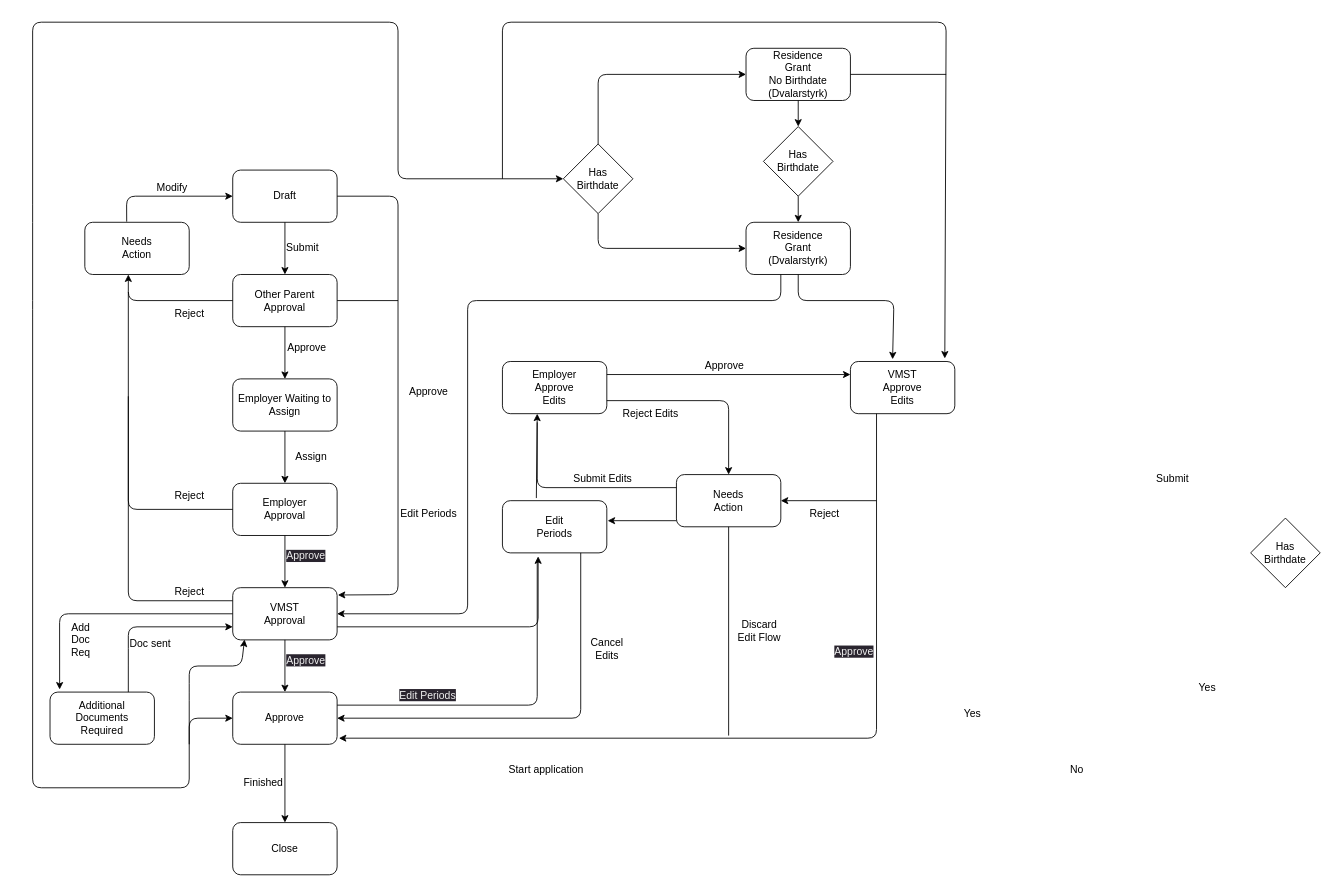
island-is/island.is keeps this draw.io diagram as libs/application/templates/parental-leave/assets/parental-leave-flow-chart.drawio. Above is the earlier version. Source tidied: cells renumbered, new cells numbered last; positions are measured from the earlier drawing's top-left corner, leaving out a move shared by most shapes. Both pictures are drawn from the tidied source at 87%, with x=0, y=0 at pixel (32, 22).
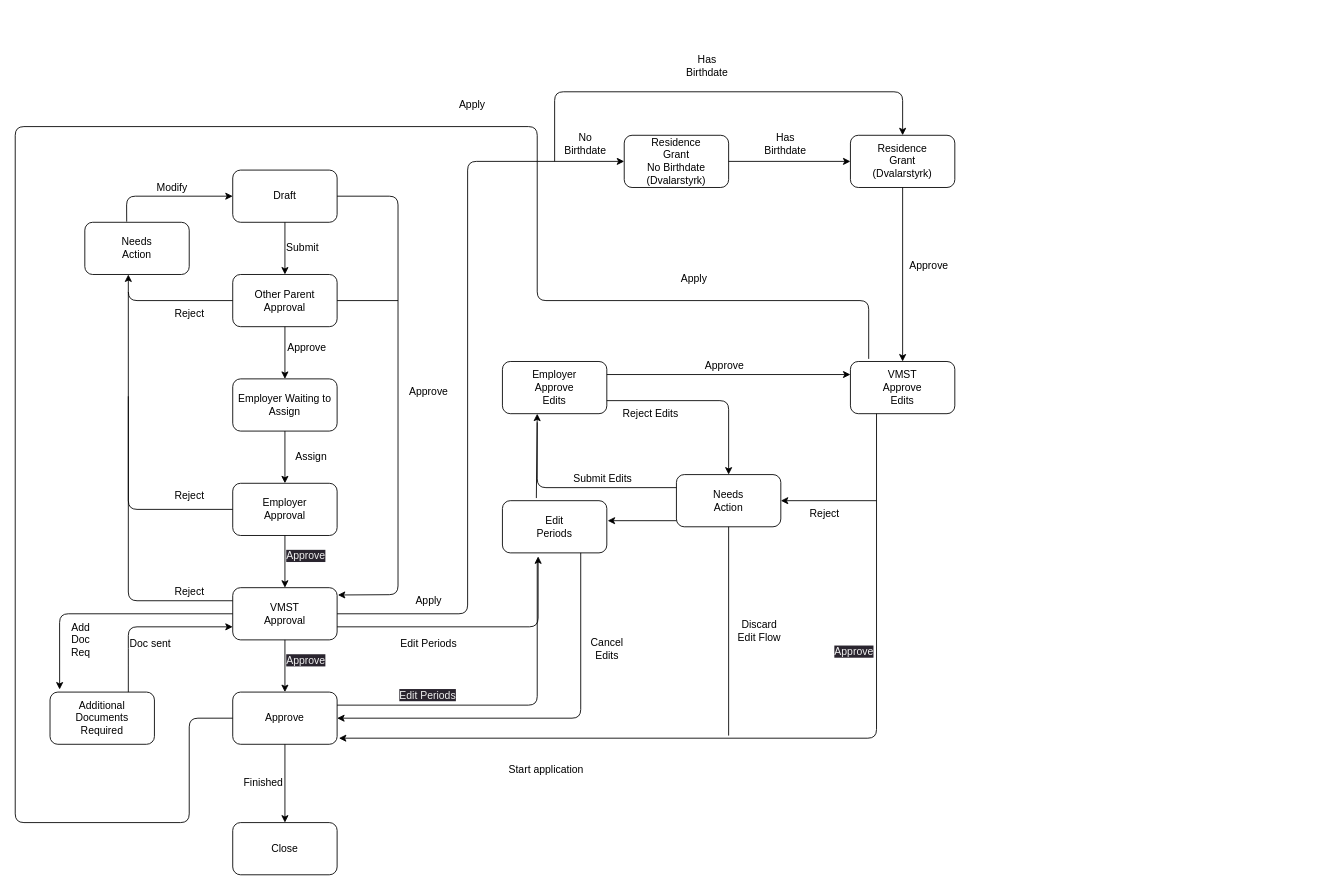
Above is the later version.

Commit message:
fix(parental-leave): update state diagram

The change refers to these unchanged cells:
```xml
<mxCell id="6" value="VMST&lt;br&gt;Approval" style="rounded=1;whiteSpace=wrap;html=1;" parent="1" vertex="1">
  <mxGeometry x="230" y="650" width="120" height="60" as="geometry" />
</mxCell>
<mxCell id="7" value="Approve" style="rounded=1;whiteSpace=wrap;html=1;" parent="1" vertex="1">
  <mxGeometry x="230" y="770" width="120" height="60" as="geometry" />
</mxCell>
<mxCell id="13" value="VMST&lt;br&gt;Approve&lt;br&gt;Edits" style="rounded=1;whiteSpace=wrap;html=1;" parent="1" vertex="1">
  <mxGeometry x="940" y="390" width="120" height="60" as="geometry" />
</mxCell>
```

What changed in the source:
```diff
@@
     <mxCell id="15" value="Residence&lt;br&gt;Grant&lt;br&gt;(Dvalarstyrk)" style="rounded=1;whiteSpace=wrap;html=1;" parent="1" vertex="1">
-      <mxGeometry x="820" y="230" width="120" height="60" as="geometry" />
+      <mxGeometry x="940" y="130" width="120" height="60" as="geometry" />
     </mxCell>
@@
     <mxCell id="51" value="Edit Periods" style="text;html=1;align=center;verticalAlign=middle;strokeColor=none;fillColor=none;" parent="1" vertex="1">
-      <mxGeometry x="410" y="550" width="90" height="30" as="geometry" />
+      <mxGeometry x="410" y="700" width="90" height="30" as="geometry" />
     </mxCell>
@@
-    <mxCell id="63" value="Submit" style="text;html=1;align=center;verticalAlign=middle;strokeColor=none;fillColor=none;" parent="1" vertex="1">
-      <mxGeometry x="1280" y="510" width="60" height="30" as="geometry" />
-    </mxCell>
@@
-    <mxCell id="65" value="Has&lt;br&gt;Birthdate" style="rhombus;whiteSpace=wrap;html=1;" parent="1" vertex="1">
-      <mxGeometry x="610" y="140" width="80" height="80" as="geometry" />
-    </mxCell>
-    <mxCell id="66" value="Yes" style="text;html=1;align=center;verticalAlign=middle;strokeColor=none;fillColor=none;" parent="1" vertex="1">
-      <mxGeometry x="1060" y="780" width="40" height="30" as="geometry" />
-    </mxCell>
     <mxCell id="67" value="Residence&lt;br&gt;Grant&lt;br&gt;No Birthdate&lt;br&gt;(Dvalarstyrk)" style="rounded=1;whiteSpace=wrap;html=1;" parent="1" vertex="1">
-      <mxGeometry x="820" y="30" width="120" height="60" as="geometry" />
+      <mxGeometry x="680" y="130" width="120" height="60" as="geometry" />
     </mxCell>
-    <mxCell id="68" value="No" style="text;html=1;align=center;verticalAlign=middle;strokeColor=none;fillColor=none;" parent="1" vertex="1">
-      <mxGeometry x="1180" y="845" width="40" height="30" as="geometry" />
-    </mxCell>
-    <mxCell id="69" value="Has&lt;br&gt;Birthdate" style="rhombus;whiteSpace=wrap;html=1;" parent="1" vertex="1">
-      <mxGeometry x="1400" y="570" width="80" height="80" as="geometry" />
-    </mxCell>
-    <mxCell id="70" value="Yes" style="text;html=1;align=center;verticalAlign=middle;strokeColor=none;fillColor=none;" parent="1" vertex="1">
-      <mxGeometry x="1330" y="750" width="40" height="30" as="geometry" />
-    </mxCell>
-    <mxCell id="71" style="endArrow=classic;html=1;exitX=0.5;exitY=0;exitDx=0;exitDy=0;entryX=0;entryY=0.5;entryDx=0;entryDy=0;" parent="1" edge="1" source="65" target="67">
-      <mxGeometry relative="1" as="geometry">
-        <Array as="points">
-          <mxPoint x="650" y="60" />
-        </Array>
-      </mxGeometry>
-    </mxCell>
-    <mxCell id="72" style="endArrow=classic;html=1;exitX=0.5;exitY=1;exitDx=0;exitDy=0;entryX=0;entryY=0.5;entryDx=0;entryDy=0;" parent="1" edge="1" source="65" target="15">
-      <mxGeometry relative="1" as="geometry">
-        <Array as="points">
-          <mxPoint x="650" y="260" />
-        </Array>
-      </mxGeometry>
-    </mxCell>
+    <mxCell id="81" style="endArrow=classic;html=1;exitX=1;exitY=0.5;exitDx=0;exitDy=0;entryX=0;entryY=0.5;entryDx=0;entryDy=0;" parent="1" edge="1" source="6" target="67">
+      <mxGeometry relative="1" as="geometry">
+        <Array as="points">
+          <mxPoint x="500" y="680" />
+          <mxPoint x="500" y="160" />
+        </Array>
+      </mxGeometry>
+    </mxCell>
+    <mxCell id="82" style="endArrow=classic;html=1;entryX=0;entryY=0.5;entryDx=0;entryDy=0;exitX=1;exitY=0.5;exitDx=0;exitDy=0;" parent="1" edge="1" source="67" target="15">
+      <mxGeometry relative="1" as="geometry" />
+    </mxCell>
+    <mxCell id="83" style="endArrow=none;html=1;entryX=0;entryY=0.5;entryDx=0;entryDy=0;" parent="1" edge="1" target="7">
+      <mxGeometry relative="1" as="geometry">
+        <mxPoint x="580" y="160" as="sourcePoint" />
+        <Array as="points">
+          <mxPoint x="580" y="120" />
+          <mxPoint x="-20" y="120" />
+          <mxPoint x="-20" y="920" />
+          <mxPoint x="180" y="920" />
+          <mxPoint x="180" y="800" />
+        </Array>
+      </mxGeometry>
+    </mxCell>
+    <mxCell id="84" style="endArrow=none;html=1;exitX=0.175;exitY=-0.05;exitDx=0;exitDy=0;exitPerimeter=0;" parent="1" edge="1" source="13">
+      <mxGeometry relative="1" as="geometry">
+        <mxPoint x="580" y="160" as="targetPoint" />
+        <Array as="points">
+          <mxPoint x="961" y="320" />
+          <mxPoint x="580" y="320" />
+        </Array>
+      </mxGeometry>
+    </mxCell>
-    <mxCell id="73" style="endArrow=classic;html=1;exitX=0.5;exitY=1;exitDx=0;exitDy=0;entryX=0.404;entryY=-0.042;entryDx=0;entryDy=0;entryPerimeter=0;" parent="1" edge="1" source="15" target="13">
-      <mxGeometry relative="1" as="geometry">
-        <Array as="points">
-          <mxPoint x="880" y="320" />
-          <mxPoint x="990" y="320" />
-        </Array>
-      </mxGeometry>
+    <mxCell id="73" style="endArrow=classic;html=1;exitX=0.5;exitY=1;exitDx=0;exitDy=0;entryX=0.5;entryY=0;entryDx=0;entryDy=0;" parent="1" edge="1" source="15" target="13">
+      <mxGeometry relative="1" as="geometry" />
     </mxCell>
-    <mxCell id="74" style="endArrow=classic;html=1;entryX=1;entryY=0.5;entryDx=0;entryDy=0;" parent="1" edge="1" target="6">
-      <mxGeometry relative="1" as="geometry">
-        <mxPoint x="860" y="290" as="sourcePoint" />
-        <Array as="points">
-          <mxPoint x="860" y="320" />
-          <mxPoint x="500" y="320" />
-          <mxPoint x="500" y="680" />
-        </Array>
-      </mxGeometry>
-    </mxCell>
-    <mxCell id="75" value="Has&lt;br&gt;Birthdate" style="rhombus;whiteSpace=wrap;html=1;" parent="1" vertex="1">
-      <mxGeometry x="840" y="120" width="80" height="80" as="geometry" />
-    </mxCell>
-    <mxCell id="76" style="endArrow=classic;html=1;exitX=0.5;exitY=1;exitDx=0;exitDy=0;entryX=0.5;entryY=0;entryDx=0;entryDy=0;" parent="1" edge="1" source="67" target="75">
-      <mxGeometry relative="1" as="geometry" />
-    </mxCell>
-    <mxCell id="77" style="endArrow=classic;html=1;exitX=0.5;exitY=1;exitDx=0;exitDy=0;" parent="1" edge="1" source="75">
-      <mxGeometry relative="1" as="geometry">
-        <mxPoint x="880" y="230" as="targetPoint" />
-      </mxGeometry>
-    </mxCell>
-    <mxCell id="78" style="endArrow=classic;html=1;entryX=0.113;entryY=0.992;entryDx=0;entryDy=0;entryPerimeter=0;" parent="1" edge="1" target="6">
-      <mxGeometry relative="1" as="geometry">
-        <mxPoint x="180" y="830" as="sourcePoint" />
-        <Array as="points">
-          <mxPoint x="180" y="770" />
-          <mxPoint x="180" y="740" />
-          <mxPoint x="240" y="740" />
-        </Array>
-      </mxGeometry>
-    </mxCell>
-    <mxCell id="79" style="endArrow=classic;startArrow=classic;html=1;entryX=0;entryY=0.5;entryDx=0;entryDy=0;exitX=0;exitY=0.5;exitDx=0;exitDy=0;" parent="1" edge="1" source="65" target="7">
-      <mxGeometry relative="1" as="geometry">
-        <Array as="points">
-          <mxPoint x="420" y="180" />
-          <mxPoint x="420" />
-          <mxPoint />
-          <mxPoint y="220" />
-          <mxPoint y="330" />
-          <mxPoint y="880" />
-          <mxPoint x="180" y="880" />
-          <mxPoint x="180" y="800" />
-        </Array>
-      </mxGeometry>
-    </mxCell>
-    <mxCell id="80" style="endArrow=classic;html=1;entryX=0.904;entryY=-0.058;entryDx=0;entryDy=0;entryPerimeter=0;" parent="1" edge="1" target="13">
-      <mxGeometry relative="1" as="geometry">
-        <mxPoint x="540" y="180" as="sourcePoint" />
-        <Array as="points">
-          <mxPoint x="540" />
-          <mxPoint x="1050" />
-        </Array>
-      </mxGeometry>
-    </mxCell>
-    <mxCell id="81" style="endArrow=none;html=1;exitX=1;exitY=0.5;exitDx=0;exitDy=0;" parent="1" edge="1" source="67">
-      <mxGeometry relative="1" as="geometry">
-        <mxPoint x="1050" y="60" as="targetPoint" />
-      </mxGeometry>
-    </mxCell>
+    <mxCell id="85" value="Approve" style="text;html=1;align=center;verticalAlign=middle;strokeColor=none;fillColor=none;" parent="1" vertex="1">
+      <mxGeometry x="995" y="265" width="70" height="30" as="geometry" />
+    </mxCell>
+    <mxCell id="86" value="Has&lt;br&gt;Birthdate&lt;br&gt;" style="text;html=1;align=center;verticalAlign=middle;strokeColor=none;fillColor=none;" parent="1" vertex="1">
+      <mxGeometry x="740" y="30" width="70" height="40" as="geometry" />
+    </mxCell>
+    <mxCell id="87" value="Has&lt;br&gt;Birthdate&lt;br&gt;" style="text;html=1;align=center;verticalAlign=middle;strokeColor=none;fillColor=none;" parent="1" vertex="1">
+      <mxGeometry x="830" y="120" width="70" height="40" as="geometry" />
+    </mxCell>
+    <mxCell id="88" style="endArrow=classic;html=1;entryX=0.5;entryY=0;entryDx=0;entryDy=0;" parent="1" edge="1" target="15">
+      <mxGeometry relative="1" as="geometry">
+        <mxPoint x="600" y="160" as="sourcePoint" />
+        <Array as="points">
+          <mxPoint x="600" y="80" />
+          <mxPoint x="1000" y="80" />
+        </Array>
+      </mxGeometry>
+    </mxCell>
+    <mxCell id="89" value="No&lt;br&gt;Birthdate" style="text;html=1;align=center;verticalAlign=middle;strokeColor=none;fillColor=none;" parent="1" vertex="1">
+      <mxGeometry x="600" y="120" width="70" height="40" as="geometry" />
+    </mxCell>
+    <mxCell id="90" value="Apply" style="text;html=1;align=center;verticalAlign=middle;strokeColor=none;fillColor=none;" parent="1" vertex="1">
+      <mxGeometry x="735" y="280" width="50" height="30" as="geometry" />
+    </mxCell>
+    <mxCell id="91" value="Apply" style="text;html=1;align=center;verticalAlign=middle;strokeColor=none;fillColor=none;" parent="1" vertex="1">
+      <mxGeometry x="430" y="650" width="50" height="30" as="geometry" />
+    </mxCell>
+    <mxCell id="92" value="Apply" style="text;html=1;align=center;verticalAlign=middle;strokeColor=none;fillColor=none;" parent="1" vertex="1">
+      <mxGeometry x="480" y="80" width="50" height="30" as="geometry" />
+    </mxCell>
```
